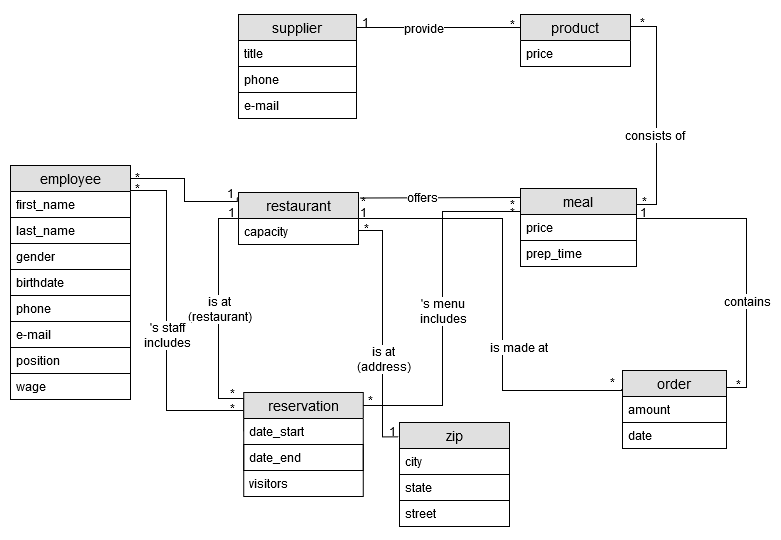
The draw.io diagram img/ER Diagram.png in olesiamelnychyn/Project-DBS, before a commit. Source tidied: cells renumbered, new cells last; positions are measured from the earlier drawing's top-left corner, leaving out a move shared by most shapes.
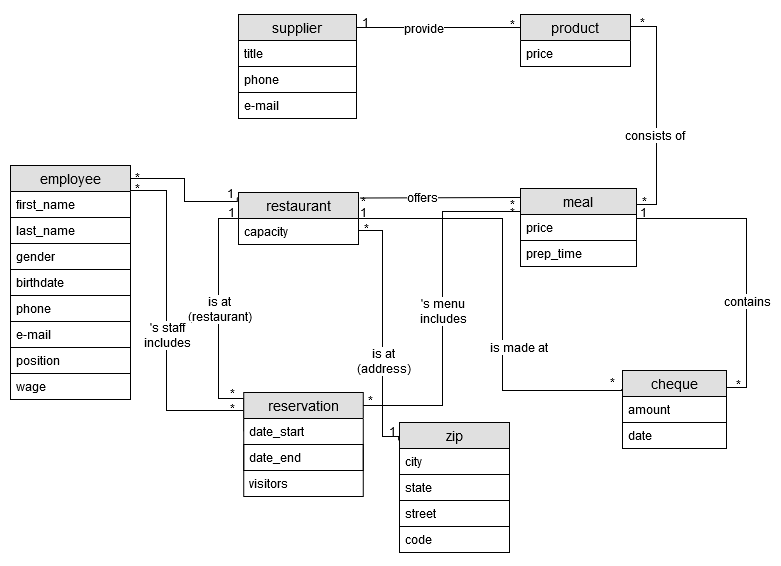
After the commit.

Diff of the diagram source:
```diff
@@ -202,7 +202,7 @@
       <mxGeometry y="26" width="120" height="26" as="geometry" />
     </mxCell>
     <mxCell id="45" value="zip" style="swimlane;fontStyle=0;horizontal=1;startSize=26;fillColor=#e0e0e0;swimlaneFillColor=#ffffff;align=center;fontSize=14;" parent="1" vertex="1">
-      <mxGeometry x="389" y="412" width="110" height="104" as="geometry" />
+      <mxGeometry x="389" y="412" width="110" height="130" as="geometry" />
     </mxCell>
     <mxCell id="46" value="city" style="text;strokeColor=#000000;fillColor=none;spacingLeft=4;spacingRight=4;overflow=hidden;fontSize=12;" parent="45" vertex="1">
       <mxGeometry y="26" width="110" height="26" as="geometry" />
@@ -210,9 +210,12 @@
     <mxCell id="47" value="state" style="text;strokeColor=#000000;fillColor=none;spacingLeft=4;spacingRight=4;overflow=hidden;fontSize=12;" parent="45" vertex="1">
       <mxGeometry y="52" width="110" height="26" as="geometry" />
     </mxCell>
-    <mxCell id="48" value="street" style="text;strokeColor=none;fillColor=none;spacingLeft=4;spacingRight=4;overflow=hidden;fontSize=12;" parent="45" vertex="1">
+    <mxCell id="48" value="street" style="text;strokeColor=#000000;fillColor=none;spacingLeft=4;spacingRight=4;overflow=hidden;fontSize=12;" parent="45" vertex="1">
       <mxGeometry y="78" width="110" height="26" as="geometry" />
     </mxCell>
+    <mxCell id="73" value="code" style="text;strokeColor=none;fillColor=none;spacingLeft=4;spacingRight=4;overflow=hidden;fontSize=12;" parent="45" vertex="1">
+      <mxGeometry y="104" width="110" height="26" as="geometry" />
+    </mxCell>
     <mxCell id="49" value="meal" style="swimlane;fontStyle=0;horizontal=1;startSize=26;fillColor=#e0e0e0;swimlaneFillColor=#ffffff;align=center;fontSize=14;" parent="1" vertex="1">
       <mxGeometry x="510" y="178" width="116" height="78" as="geometry" />
     </mxCell>
@@ -240,7 +243,7 @@
     <mxCell id="57" value="e-mail" style="text;strokeColor=none;fillColor=none;spacingLeft=4;spacingRight=4;overflow=hidden;fontSize=12;" parent="54" vertex="1">
       <mxGeometry y="78" width="118" height="26" as="geometry" />
     </mxCell>
-    <mxCell id="58" value="order" style="swimlane;fontStyle=0;horizontal=1;startSize=26;fillColor=#e0e0e0;swimlaneFillColor=#ffffff;align=center;fontSize=14;" parent="1" vertex="1">
+    <mxCell id="58" value="cheque" style="swimlane;fontStyle=0;horizontal=1;startSize=26;fillColor=#e0e0e0;swimlaneFillColor=#ffffff;align=center;fontSize=14;" parent="1" vertex="1">
       <mxGeometry x="612" y="360" width="104" height="78" as="geometry" />
     </mxCell>
     <mxCell id="59" value="amount" style="text;strokeColor=#000000;fillColor=none;spacingLeft=4;spacingRight=4;overflow=hidden;fontSize=12;" parent="58" vertex="1">
```
